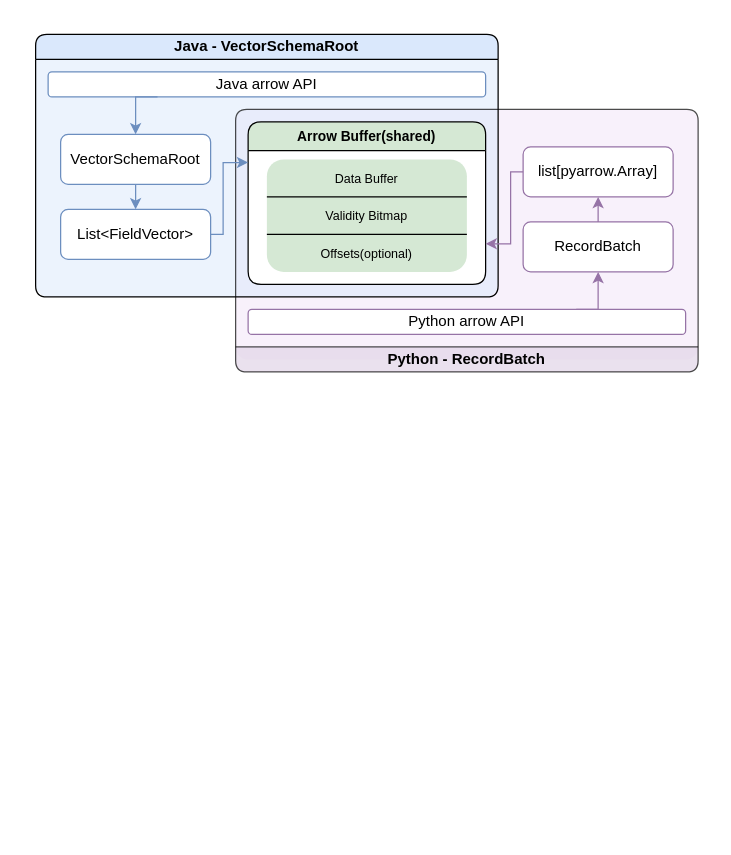
This is page "arrow-java-python" (4 of 14) of grad.drawio from shinyano/drawio, a draw.io file, before an edit. Source tidied: cells renumbered, new cells numbered last; positions are measured from the earlier drawing's top-left corner, leaving out a move shared by most shapes. Both pictures are drawn from the tidied source at 125%, with x=0, y=0 at pixel (22, 21).
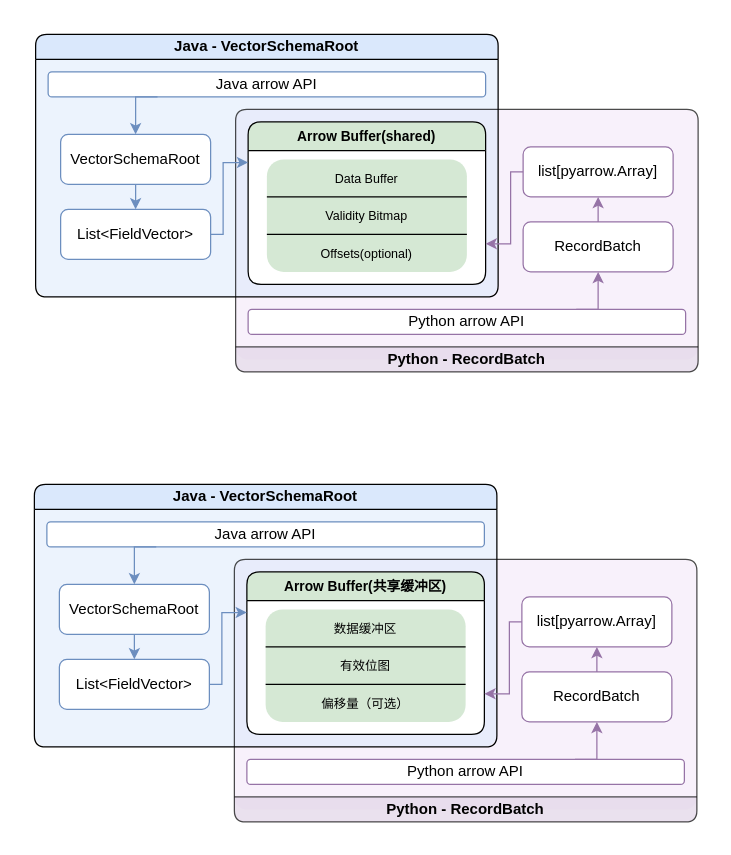
The same page after the edit.

Diff of the diagram source:
```diff
@@
+    <mxCell id="26" style="rounded=0;whiteSpace=wrap;html=1;strokeColor=none;" parent="1" vertex="1">
+      <mxGeometry x="-1" y="360" width="550" height="290" as="geometry" />
+    </mxCell>
+    <mxCell id="27" style="rounded=1;whiteSpace=wrap;html=1;strokeColor=none;fillColor=light-dark(#F1E4F8,#F1E4F8);opacity=50;arcSize=5;" parent="1" vertex="1">
+      <mxGeometry x="169" y="430" width="370" height="200" as="geometry" />
+    </mxCell>
+    <mxCell id="28" style="rounded=1;whiteSpace=wrap;html=1;strokeColor=none;fillColor=light-dark(#DAE8FC,#1D293B);opacity=50;arcSize=5;" parent="1" vertex="1">
+      <mxGeometry x="9" y="370" width="370" height="210" as="geometry" />
+    </mxCell>
+    <mxCell id="29" value="Java - VectorSchemaRoot" style="swimlane;whiteSpace=wrap;html=1;fillColor=#DAE8FC;strokeColor=default;swimlaneFillColor=none;fillStyle=auto;gradientColor=none;swimlaneLine=1;rounded=1;startSize=20;" parent="1" vertex="1">
+      <mxGeometry x="9" y="370" width="370" height="210" as="geometry" />
+    </mxCell>
+    <mxCell id="30" value="Java arrow API" style="rounded=1;whiteSpace=wrap;html=1;fillColor=default;strokeColor=#6c8ebf;" parent="29" vertex="1">
+      <mxGeometry x="10" y="30" width="350" height="20" as="geometry" />
+    </mxCell>
+    <mxCell id="31" value="VectorSchemaRoot" style="rounded=1;whiteSpace=wrap;html=1;strokeColor=#6c8ebf;align=center;verticalAlign=middle;fontFamily=Helvetica;fontSize=12;fontColor=default;fillColor=default;" parent="29" vertex="1">
+      <mxGeometry x="20" y="80" width="120" height="40" as="geometry" />
+    </mxCell>
+    <mxCell id="32" style="edgeStyle=orthogonalEdgeStyle;rounded=0;jettySize=auto;html=1;exitX=0.25;exitY=1;exitDx=0;exitDy=0;entryX=0.5;entryY=0;entryDx=0;entryDy=0;strokeColor=#6c8ebf;align=center;verticalAlign=middle;fontFamily=Helvetica;fontSize=12;fontColor=default;fillColor=default;curved=0;" parent="29" edge="1" source="30" target="31">
+      <mxGeometry relative="1" as="geometry" />
+    </mxCell>
+    <mxCell id="33" value="List&amp;lt;FieldVector&amp;gt;" style="rounded=1;whiteSpace=wrap;html=1;strokeColor=#6c8ebf;align=center;verticalAlign=middle;fontFamily=Helvetica;fontSize=12;fontColor=default;fillColor=default;" parent="29" vertex="1">
+      <mxGeometry x="20" y="140" width="120" height="40" as="geometry" />
+    </mxCell>
+    <mxCell id="34" value="Python - RecordBatch" style="swimlane;whiteSpace=wrap;html=1;fillColor=#E1D5E7;strokeColor=default;swimlaneFillColor=none;textDirection=ltr;rotation=0;verticalAlign=middle;flipH=0;legacyAnchorPoints=0;flipV=1;rounded=1;opacity=70;startSize=20;strokeWidth=1;" parent="1" vertex="1">
+      <mxGeometry x="169" y="430" width="370" height="210" as="geometry" />
+    </mxCell>
+    <mxCell id="35" value="RecordBatch" style="rounded=1;whiteSpace=wrap;html=1;strokeColor=#9673a6;align=center;verticalAlign=middle;fontFamily=Helvetica;fontSize=12;fontColor=default;fillColor=default;" parent="34" vertex="1">
+      <mxGeometry x="230" y="90" width="120" height="40" as="geometry" />
+    </mxCell>
+    <mxCell id="36" value="list[pyarrow.Array]" style="rounded=1;whiteSpace=wrap;html=1;strokeColor=#9673a6;align=center;verticalAlign=middle;fontFamily=Helvetica;fontSize=12;fontColor=default;fillColor=default;" parent="34" vertex="1">
+      <mxGeometry x="230" y="30" width="120" height="40" as="geometry" />
+    </mxCell>
+    <mxCell id="37" style="edgeStyle=orthogonalEdgeStyle;rounded=1;jettySize=auto;html=1;exitX=0.5;exitY=0;exitDx=0;exitDy=0;entryX=0.5;entryY=1;entryDx=0;entryDy=0;strokeColor=#9673a6;align=center;verticalAlign=middle;fontFamily=Helvetica;fontSize=12;fontColor=default;fillColor=default;" parent="34" edge="1" source="35" target="36">
+      <mxGeometry relative="1" as="geometry" />
+    </mxCell>
+    <mxCell id="38" value="&lt;span&gt;Arrow Buffer(共享缓冲区)&lt;/span&gt;" style="swimlane;whiteSpace=wrap;html=1;fillColor=#d5e8d4;strokeColor=default;gradientColor=none;rounded=1;labelBackgroundColor=none;fillStyle=auto;swimlaneFillColor=default;fontSize=11;" parent="1" vertex="1">
+      <mxGeometry x="179" y="440" width="190" height="130" as="geometry" />
+    </mxCell>
+    <mxCell id="39" style="rounded=1;whiteSpace=wrap;html=1;labelPosition=center;verticalLabelPosition=top;align=center;verticalAlign=bottom;textShadow=0;fontSize=12;fontStyle=1;fillColor=#d5e8d4;strokeColor=none;dashed=1;" parent="38" vertex="1">
+      <mxGeometry x="15" y="30" width="160" height="90" as="geometry" />
+    </mxCell>
+    <mxCell id="40" style="endArrow=none;html=1;rounded=0;" parent="38" edge="1">
+      <mxGeometry relative="1" as="geometry">
+        <mxPoint x="175" y="60" as="sourcePoint" />
+        <mxPoint x="15" y="60" as="targetPoint" />
+      </mxGeometry>
+    </mxCell>
+    <mxCell id="41" style="endArrow=none;html=1;rounded=0;" parent="38" edge="1">
+      <mxGeometry relative="1" as="geometry">
+        <mxPoint x="175" y="90" as="sourcePoint" />
+        <mxPoint x="15" y="90" as="targetPoint" />
+      </mxGeometry>
+    </mxCell>
+    <mxCell id="42" value="数据缓冲区" style="text;html=1;whiteSpace=wrap;strokeColor=none;fillColor=none;align=center;verticalAlign=middle;rounded=0;fontSize=10;" parent="38" vertex="1">
+      <mxGeometry x="25" y="30" width="140" height="30" as="geometry" />
+    </mxCell>
+    <mxCell id="43" value="有效位图" style="text;html=1;whiteSpace=wrap;strokeColor=none;fillColor=none;align=center;verticalAlign=middle;rounded=0;fontSize=10;" parent="38" vertex="1">
+      <mxGeometry x="25" y="60" width="140" height="30" as="geometry" />
+    </mxCell>
+    <mxCell id="44" value="偏移量（可选）" style="text;html=1;whiteSpace=wrap;strokeColor=none;fillColor=none;align=center;verticalAlign=middle;rounded=0;fontSize=10;" parent="38" vertex="1">
+      <mxGeometry x="25" y="90" width="140" height="30" as="geometry" />
+    </mxCell>
+    <mxCell id="45" style="edgeStyle=orthogonalEdgeStyle;rounded=0;jettySize=auto;html=1;exitX=0.75;exitY=0;exitDx=0;exitDy=0;entryX=0.5;entryY=1;entryDx=0;entryDy=0;strokeColor=#9673a6;align=center;verticalAlign=middle;fontFamily=Helvetica;fontSize=12;fontColor=default;fillColor=default;curved=0;" parent="1" edge="1" source="46" target="35">
+      <mxGeometry relative="1" as="geometry" />
+    </mxCell>
+    <mxCell id="46" value="Python arrow API" style="rounded=1;whiteSpace=wrap;html=1;fillColor=default;strokeColor=#9673a6;" parent="1" vertex="1">
+      <mxGeometry x="179" y="590" width="350" height="20" as="geometry" />
+    </mxCell>
+    <mxCell id="47" style="edgeStyle=orthogonalEdgeStyle;rounded=1;jettySize=auto;html=1;exitX=0.5;exitY=1;exitDx=0;exitDy=0;strokeColor=#6c8ebf;align=center;verticalAlign=middle;fontFamily=Helvetica;fontSize=12;fontColor=default;fillColor=default;" parent="1" edge="1" source="31">
+      <mxGeometry relative="1" as="geometry">
+        <mxPoint x="89" y="510" as="targetPoint" />
+      </mxGeometry>
+    </mxCell>
+    <mxCell id="48" style="edgeStyle=orthogonalEdgeStyle;rounded=0;jettySize=auto;html=1;exitX=1;exitY=0.5;exitDx=0;exitDy=0;entryX=0;entryY=0.25;entryDx=0;entryDy=0;fillColor=#dae8fc;strokeColor=#6c8ebf;" parent="1" edge="1" source="33" target="38">
+      <mxGeometry relative="1" as="geometry">
+        <Array as="points">
+          <mxPoint x="159" y="530" />
+          <mxPoint x="159" y="472" />
+        </Array>
+      </mxGeometry>
+    </mxCell>
+    <mxCell id="49" style="edgeStyle=orthogonalEdgeStyle;rounded=0;jettySize=auto;html=1;exitX=0;exitY=0.5;exitDx=0;exitDy=0;entryX=1;entryY=0.75;entryDx=0;entryDy=0;fillColor=#e1d5e7;strokeColor=#9673a6;" parent="1" edge="1" source="36" target="38">
+      <mxGeometry relative="1" as="geometry">
+        <Array as="points">
+          <mxPoint x="389" y="480" />
+          <mxPoint x="389" y="538" />
+        </Array>
+      </mxGeometry>
+    </mxCell>
```
